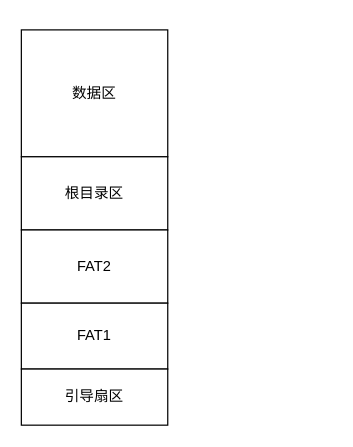
Above: os.drawio in aloneisbestes/Draw (draw.io), before the change. Source tidied: cells renumbered, new cells numbered last; positions are measured from the earlier drawing's top-left corner, leaving out a move shared by most shapes. Both pictures are drawn from the tidied source at 122%, with x=0, y=0 at pixel (21, 29).
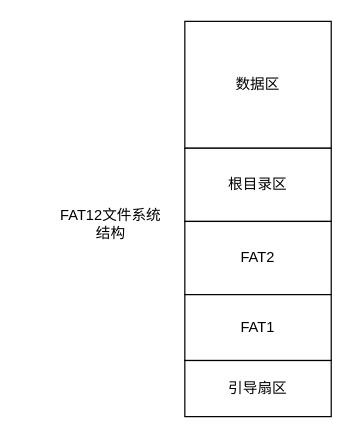
After the change.

Change to the diagram source:
```diff
@@
 <mxGraphModel>
   <root>
     <mxCell id="0" />
     <mxCell id="1" parent="0" />
+    <mxCell id="7" style="group;" parent="1" vertex="1">
+      <mxGeometry x="134" y="-7" width="120" height="324" as="geometry" />
+    </mxCell>
-    <mxCell id="2" value="数据区" style="rounded=0;whiteSpace=wrap;html=1;" parent="1" vertex="1">
+    <mxCell id="2" value="数据区" style="rounded=0;whiteSpace=wrap;html=1;" parent="7" vertex="1">
       <mxGeometry width="120" height="104" as="geometry" />
     </mxCell>
-    <mxCell id="3" value="根目录区" style="rounded=0;whiteSpace=wrap;html=1;" parent="1" vertex="1">
+    <mxCell id="3" value="根目录区" style="rounded=0;whiteSpace=wrap;html=1;" parent="7" vertex="1">
       <mxGeometry y="104" width="120" height="60" as="geometry" />
     </mxCell>
-    <mxCell id="4" value="FAT2" style="rounded=0;whiteSpace=wrap;html=1;" parent="1" vertex="1">
+    <mxCell id="4" value="FAT2" style="rounded=0;whiteSpace=wrap;html=1;" parent="7" vertex="1">
       <mxGeometry y="164" width="120" height="60" as="geometry" />
     </mxCell>
-    <mxCell id="5" value="FAT1" style="rounded=0;whiteSpace=wrap;html=1;" parent="1" vertex="1">
+    <mxCell id="5" value="FAT1" style="rounded=0;whiteSpace=wrap;html=1;" parent="7" vertex="1">
       <mxGeometry y="224" width="120" height="54" as="geometry" />
     </mxCell>
-    <mxCell id="6" value="引导扇区" style="rounded=0;whiteSpace=wrap;html=1;" parent="1" vertex="1">
+    <mxCell id="6" value="引导扇区" style="rounded=0;whiteSpace=wrap;html=1;" parent="7" vertex="1">
       <mxGeometry y="278" width="120" height="46" as="geometry" />
     </mxCell>
+    <mxCell id="8" value="FAT12文件系统结构" style="text;html=1;align=center;verticalAlign=middle;whiteSpace=wrap;rounded=0;" parent="1" vertex="1">
+      <mxGeometry x="28" y="144" width="91" height="30" as="geometry" />
+    </mxCell>
   </root>
 </mxGraphModel>
```
